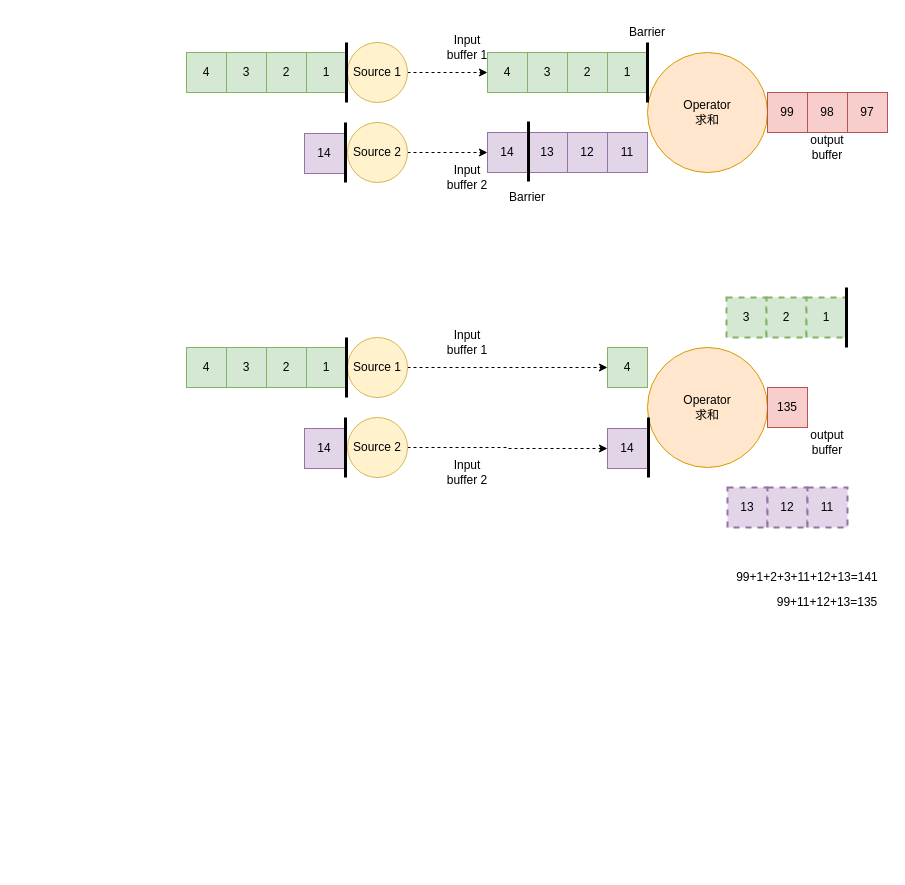
Before: imgs/flink/flink_checkpoint_at_least_once.drawio in rainsbaby/notebook, a draw.io diagram. Source tidied: cells renumbered, new cells numbered last; positions are measured from the earlier drawing's top-left corner, leaving out a move shared by most shapes. Both pictures are drawn from the tidied source at 100%, with x=0, y=0 at pixel (186, 17).
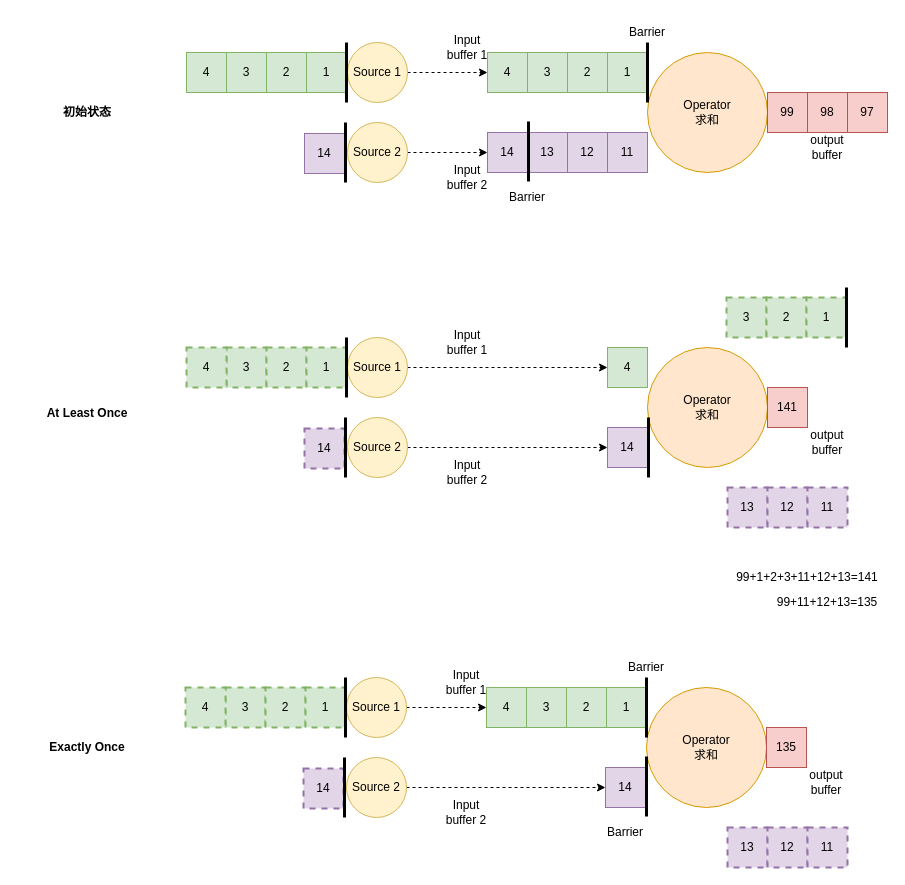
The same page after the edit.

Change to the diagram source:
```diff
@@
     <mxCell id="33" value="14" style="rounded=0;whiteSpace=wrap;html=1;fillColor=#e1d5e7;strokeColor=#9673a6;" parent="1" vertex="1">
-      <mxGeometry x="421" y="411" width="40" height="40" as="geometry" />
+      <mxGeometry x="421" y="410" width="40" height="40" as="geometry" />
     </mxCell>
@@
-    <mxCell id="36" value="135" style="rounded=0;whiteSpace=wrap;html=1;fillColor=#f8cecc;strokeColor=#b85450;" parent="1" vertex="1">
+    <mxCell id="36" value="141" style="rounded=0;whiteSpace=wrap;html=1;fillColor=#f8cecc;strokeColor=#b85450;" parent="1" vertex="1">
       <mxGeometry x="581" y="370" width="40" height="40" as="geometry" />
     </mxCell>
@@
-    <mxCell id="51" value="3" style="rounded=0;whiteSpace=wrap;html=1;fillColor=#d5e8d4;strokeColor=#82b366;" parent="1" vertex="1">
+    <mxCell id="51" value="3" style="rounded=0;whiteSpace=wrap;html=1;fillColor=#d5e8d4;strokeColor=#82b366;dashed=1;strokeWidth=2;" parent="1" vertex="1">
       <mxGeometry x="40" y="330" width="40" height="40" as="geometry" />
     </mxCell>
-    <mxCell id="52" value="2" style="rounded=0;whiteSpace=wrap;html=1;fillColor=#d5e8d4;strokeColor=#82b366;" parent="1" vertex="1">
+    <mxCell id="52" value="2" style="rounded=0;whiteSpace=wrap;html=1;fillColor=#d5e8d4;strokeColor=#82b366;dashed=1;strokeWidth=2;" parent="1" vertex="1">
       <mxGeometry x="80" y="330" width="40" height="40" as="geometry" />
     </mxCell>
-    <mxCell id="53" value="1" style="rounded=0;whiteSpace=wrap;html=1;fillColor=#d5e8d4;strokeColor=#82b366;" parent="1" vertex="1">
+    <mxCell id="53" value="1" style="rounded=0;whiteSpace=wrap;html=1;fillColor=#d5e8d4;strokeColor=#82b366;dashed=1;strokeWidth=2;" parent="1" vertex="1">
       <mxGeometry x="120" y="330" width="40" height="40" as="geometry" />
     </mxCell>
-    <mxCell id="54" value="4" style="rounded=0;whiteSpace=wrap;html=1;fillColor=#d5e8d4;strokeColor=#82b366;" parent="1" vertex="1">
+    <mxCell id="54" value="4" style="rounded=0;whiteSpace=wrap;html=1;fillColor=#d5e8d4;strokeColor=#82b366;dashed=1;strokeWidth=2;" parent="1" vertex="1">
       <mxGeometry y="330" width="40" height="40" as="geometry" />
     </mxCell>
-    <mxCell id="55" value="14" style="rounded=0;whiteSpace=wrap;html=1;fillColor=#e1d5e7;strokeColor=#9673a6;" parent="1" vertex="1">
+    <mxCell id="55" value="14" style="rounded=0;whiteSpace=wrap;html=1;fillColor=#e1d5e7;strokeColor=#9673a6;strokeWidth=2;dashed=1;" parent="1" vertex="1">
       <mxGeometry x="118" y="411" width="40" height="40" as="geometry" />
     </mxCell>
@@
+    <mxCell id="60" value="&lt;div&gt;Operator&lt;br&gt;&lt;/div&gt;求和" style="ellipse;whiteSpace=wrap;html=1;fillColor=#ffe6cc;strokeColor=#d79b00;" parent="1" vertex="1">
+      <mxGeometry x="460" y="670" width="120" height="120" as="geometry" />
+    </mxCell>
+    <mxCell id="61" value="3" style="rounded=0;whiteSpace=wrap;html=1;fillColor=#d5e8d4;strokeColor=#82b366;" parent="1" vertex="1">
+      <mxGeometry x="340" y="670" width="40" height="40" as="geometry" />
+    </mxCell>
+    <mxCell id="62" value="2" style="rounded=0;whiteSpace=wrap;html=1;fillColor=#d5e8d4;strokeColor=#82b366;" parent="1" vertex="1">
+      <mxGeometry x="380" y="670" width="40" height="40" as="geometry" />
+    </mxCell>
+    <mxCell id="63" value="1" style="rounded=0;whiteSpace=wrap;html=1;fillColor=#d5e8d4;strokeColor=#82b366;" parent="1" vertex="1">
+      <mxGeometry x="420" y="670" width="40" height="40" as="geometry" />
+    </mxCell>
+    <mxCell id="64" value="4" style="rounded=0;whiteSpace=wrap;html=1;fillColor=#d5e8d4;strokeColor=#82b366;" parent="1" vertex="1">
+      <mxGeometry x="300" y="670" width="40" height="40" as="geometry" />
+    </mxCell>
+    <mxCell id="65" value="14" style="rounded=0;whiteSpace=wrap;html=1;fillColor=#e1d5e7;strokeColor=#9673a6;" parent="1" vertex="1">
+      <mxGeometry x="419" y="750" width="40" height="40" as="geometry" />
+    </mxCell>
+    <mxCell id="66" style="endArrow=none;html=1;rounded=0;strokeWidth=3;exitX=0;exitY=0.417;exitDx=0;exitDy=0;exitPerimeter=0;" parent="1" edge="1" source="60">
+      <mxGeometry relative="1" as="geometry">
+        <mxPoint x="460" y="660" as="targetPoint" />
+      </mxGeometry>
+    </mxCell>
+    <mxCell id="67" style="endArrow=none;html=1;rounded=0;strokeWidth=3;exitX=0;exitY=0.417;exitDx=0;exitDy=0;exitPerimeter=0;" parent="1" edge="1">
+      <mxGeometry relative="1" as="geometry">
+        <mxPoint x="460" y="799" as="sourcePoint" />
+        <mxPoint x="460" y="739" as="targetPoint" />
+      </mxGeometry>
+    </mxCell>
+    <mxCell id="68" value="Barrier" style="text;html=1;strokeColor=none;fillColor=none;align=center;verticalAlign=middle;whiteSpace=wrap;rounded=0;" parent="1" vertex="1">
+      <mxGeometry x="430" y="635" width="60" height="30" as="geometry" />
+    </mxCell>
+    <mxCell id="69" value="Barrier" style="text;html=1;strokeColor=none;fillColor=none;align=center;verticalAlign=middle;whiteSpace=wrap;rounded=0;" parent="1" vertex="1">
+      <mxGeometry x="409" y="800" width="60" height="30" as="geometry" />
+    </mxCell>
+    <mxCell id="70" value="135" style="rounded=0;whiteSpace=wrap;html=1;fillColor=#f8cecc;strokeColor=#b85450;" parent="1" vertex="1">
+      <mxGeometry x="580" y="710" width="40" height="40" as="geometry" />
+    </mxCell>
+    <mxCell id="71" value="Input buffer 1" style="text;html=1;strokeColor=none;fillColor=none;align=center;verticalAlign=middle;whiteSpace=wrap;rounded=0;" parent="1" vertex="1">
+      <mxGeometry x="250" y="650" width="60" height="30" as="geometry" />
+    </mxCell>
+    <mxCell id="72" value="Input buffer 2" style="text;html=1;strokeColor=none;fillColor=none;align=center;verticalAlign=middle;whiteSpace=wrap;rounded=0;" parent="1" vertex="1">
+      <mxGeometry x="250" y="780" width="60" height="30" as="geometry" />
+    </mxCell>
+    <mxCell id="73" value="output buffer" style="text;html=1;strokeColor=none;fillColor=none;align=center;verticalAlign=middle;whiteSpace=wrap;rounded=0;" parent="1" vertex="1">
+      <mxGeometry x="610" y="750" width="60" height="30" as="geometry" />
+    </mxCell>
+    <mxCell id="74" style="edgeStyle=orthogonalEdgeStyle;rounded=0;jettySize=auto;html=1;exitX=1;exitY=0.5;exitDx=0;exitDy=0;entryX=0;entryY=0.5;entryDx=0;entryDy=0;strokeWidth=1;dashed=1;" parent="1" edge="1" source="75" target="64">
+      <mxGeometry relative="1" as="geometry" />
+    </mxCell>
+    <mxCell id="75" value="Source 1" style="ellipse;whiteSpace=wrap;html=1;fillColor=#fff2cc;strokeColor=#d6b656;" parent="1" vertex="1">
+      <mxGeometry x="160" y="660" width="60" height="60" as="geometry" />
+    </mxCell>
+    <mxCell id="76" style="edgeStyle=orthogonalEdgeStyle;rounded=0;jettySize=auto;html=1;exitX=1;exitY=0.5;exitDx=0;exitDy=0;entryX=0;entryY=0.5;entryDx=0;entryDy=0;dashed=1;strokeWidth=1;" parent="1" edge="1" source="77" target="65">
+      <mxGeometry relative="1" as="geometry" />
+    </mxCell>
+    <mxCell id="77" value="Source 2" style="ellipse;whiteSpace=wrap;html=1;fillColor=#fff2cc;strokeColor=#d6b656;" parent="1" vertex="1">
+      <mxGeometry x="160" y="740" width="60" height="60" as="geometry" />
+    </mxCell>
+    <mxCell id="78" value="3" style="rounded=0;whiteSpace=wrap;html=1;fillColor=#d5e8d4;strokeColor=#82b366;dashed=1;strokeWidth=2;" parent="1" vertex="1">
+      <mxGeometry x="39" y="670" width="40" height="40" as="geometry" />
+    </mxCell>
+    <mxCell id="79" value="2" style="rounded=0;whiteSpace=wrap;html=1;fillColor=#d5e8d4;strokeColor=#82b366;dashed=1;strokeWidth=2;" parent="1" vertex="1">
+      <mxGeometry x="79" y="670" width="40" height="40" as="geometry" />
+    </mxCell>
+    <mxCell id="80" value="1" style="rounded=0;whiteSpace=wrap;html=1;fillColor=#d5e8d4;strokeColor=#82b366;dashed=1;strokeWidth=2;" parent="1" vertex="1">
+      <mxGeometry x="119" y="670" width="40" height="40" as="geometry" />
+    </mxCell>
+    <mxCell id="81" value="4" style="rounded=0;whiteSpace=wrap;html=1;fillColor=#d5e8d4;strokeColor=#82b366;dashed=1;strokeWidth=2;" parent="1" vertex="1">
+      <mxGeometry x="-1" y="670" width="40" height="40" as="geometry" />
+    </mxCell>
+    <mxCell id="82" value="14" style="rounded=0;whiteSpace=wrap;html=1;fillColor=#e1d5e7;strokeColor=#9673a6;dashed=1;strokeWidth=2;" parent="1" vertex="1">
+      <mxGeometry x="117" y="751" width="40" height="40" as="geometry" />
+    </mxCell>
+    <mxCell id="83" style="endArrow=none;html=1;rounded=0;strokeWidth=3;exitX=0;exitY=0.417;exitDx=0;exitDy=0;exitPerimeter=0;" parent="1" edge="1">
+      <mxGeometry relative="1" as="geometry">
+        <mxPoint x="159" y="720" as="sourcePoint" />
+        <mxPoint x="159" y="660" as="targetPoint" />
+      </mxGeometry>
+    </mxCell>
+    <mxCell id="84" style="endArrow=none;html=1;rounded=0;strokeWidth=3;exitX=0;exitY=0.417;exitDx=0;exitDy=0;exitPerimeter=0;" parent="1" edge="1">
+      <mxGeometry relative="1" as="geometry">
+        <mxPoint x="158" y="800" as="sourcePoint" />
+        <mxPoint x="158" y="740" as="targetPoint" />
+      </mxGeometry>
+    </mxCell>
+    <mxCell id="85" value="At Least Once" style="text;html=1;align=center;verticalAlign=middle;whiteSpace=wrap;rounded=0;fontStyle=1;labelBackgroundColor=none;labelBorderColor=none;" parent="1" vertex="1">
+      <mxGeometry x="-169" y="381" width="140" height="30" as="geometry" />
+    </mxCell>
+    <mxCell id="86" value="初始状态" style="text;html=1;align=center;verticalAlign=middle;whiteSpace=wrap;rounded=0;fontStyle=1;labelBackgroundColor=none;labelBorderColor=none;" parent="1" vertex="1">
+      <mxGeometry x="-169" y="80" width="140" height="30" as="geometry" />
+    </mxCell>
+    <mxCell id="87" value="Exactly Once" style="text;html=1;align=center;verticalAlign=middle;whiteSpace=wrap;rounded=0;fontStyle=1;labelBackgroundColor=none;labelBorderColor=none;" parent="1" vertex="1">
+      <mxGeometry x="-169" y="715" width="140" height="30" as="geometry" />
+    </mxCell>
+    <mxCell id="88" value="13" style="rounded=0;whiteSpace=wrap;html=1;fillColor=#e1d5e7;strokeColor=#9673a6;dashed=1;strokeWidth=2;" parent="1" vertex="1">
+      <mxGeometry x="541" y="810" width="40" height="40" as="geometry" />
+    </mxCell>
+    <mxCell id="89" value="12" style="rounded=0;whiteSpace=wrap;html=1;fillColor=#e1d5e7;strokeColor=#9673a6;dashed=1;strokeWidth=2;" parent="1" vertex="1">
+      <mxGeometry x="581" y="810" width="40" height="40" as="geometry" />
+    </mxCell>
+    <mxCell id="90" value="11" style="rounded=0;whiteSpace=wrap;html=1;fillColor=#e1d5e7;strokeColor=#9673a6;dashed=1;strokeWidth=2;" parent="1" vertex="1">
+      <mxGeometry x="621" y="810" width="40" height="40" as="geometry" />
+    </mxCell>
```
